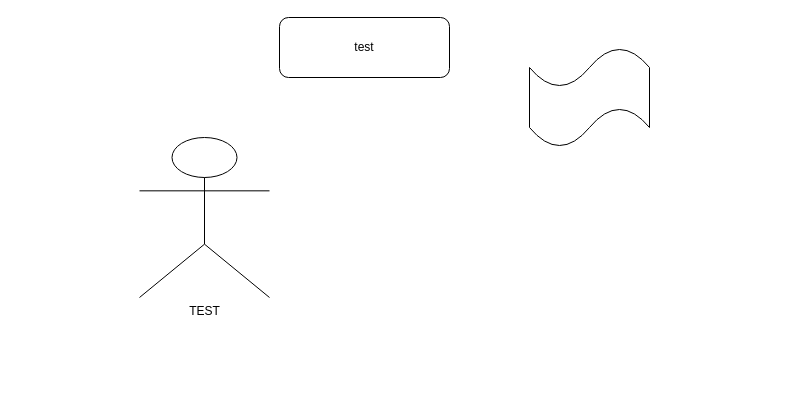
This is ServiceStructure.drawio from ChihLin8168/newDrawio, a draw.io file, before an edit. Source tidied: cells renumbered, new cells numbered last; positions are measured from the earlier drawing's top-left corner, leaving out a move shared by most shapes. Both pictures are drawn from the tidied source at 100%, with x=0, y=0 at pixel (139, 17).
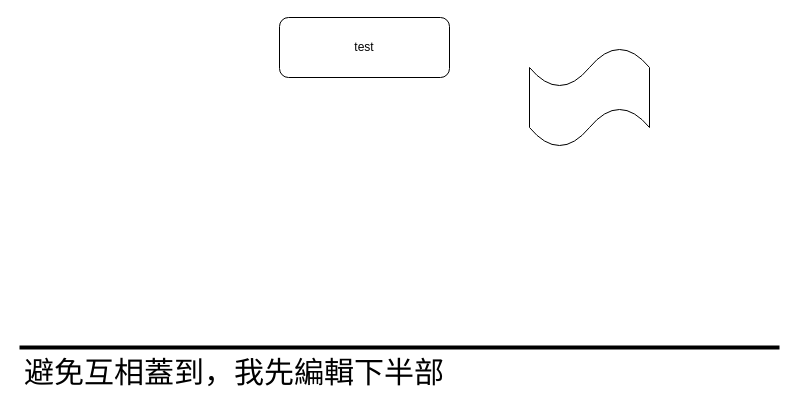
The same page after the edit.

The edit, as a diff of the source:
```diff
@@
 <mxGraphModel>
   <root>
     <mxCell id="0" />
     <mxCell id="1" parent="0" />
     <mxCell id="2" value="test" style="rounded=1;whiteSpace=wrap;html=1;" parent="1" vertex="1">
       <mxGeometry x="140" width="170" height="60" as="geometry" />
     </mxCell>
     <mxCell id="3" style="shape=tape;whiteSpace=wrap;html=1;" parent="1" vertex="1">
       <mxGeometry x="390" y="30" width="120" height="100" as="geometry" />
     </mxCell>
-    <mxCell id="4" value="TEST" style="shape=umlActor;verticalLabelPosition=bottom;verticalAlign=top;html=1;" parent="1" vertex="1">
-      <mxGeometry y="120" width="130" height="160" as="geometry" />
-    </mxCell>
+    <mxCell id="5" style="endArrow=none;html=1;strokeWidth=4;" parent="1" edge="1">
+      <mxGeometry relative="1" as="geometry">
+        <mxPoint x="-120" y="330" as="sourcePoint" />
+        <mxPoint x="640" y="330" as="targetPoint" />
+      </mxGeometry>
+    </mxCell>
+    <mxCell id="6" value="避免互相蓋到，我先編輯下半部" style="text;html=1;strokeColor=none;fillColor=none;align=center;verticalAlign=middle;whiteSpace=wrap;rounded=0;fontSize=30;" parent="1" vertex="1">
+      <mxGeometry x="-120" y="340" width="430" height="30" as="geometry" />
+    </mxCell>
   </root>
 </mxGraphModel>
```
